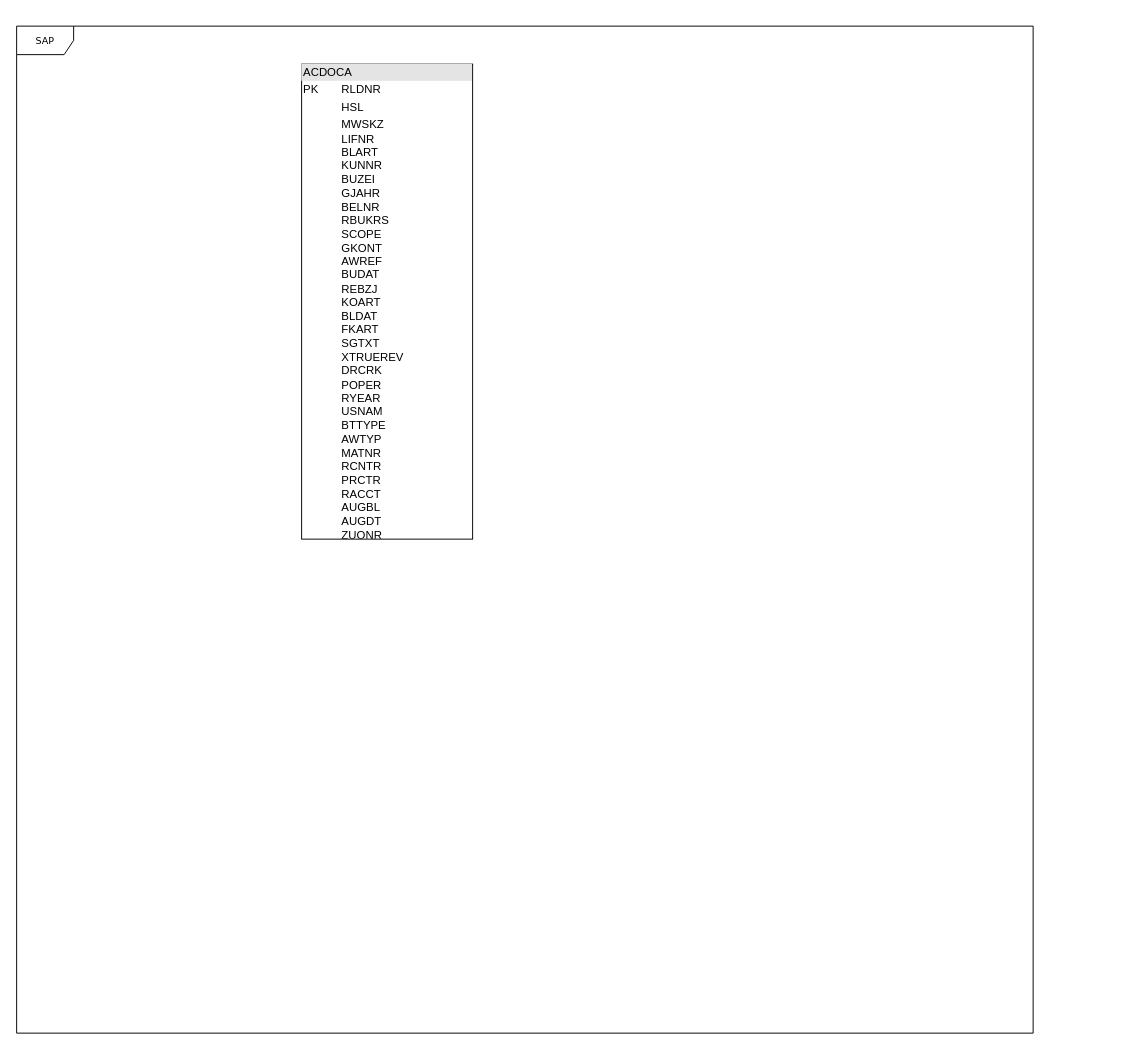
This is DataModel/DataModel.drawio from David-hub-utn/Proceso-de-transformaci-n-de-SAP, a draw.io file, before an edit. Source tidied: cells renumbered, new cells numbered last; positions are measured from the earlier drawing's top-left corner, leaving out a move shared by most shapes. Both pictures are drawn from the tidied source at 95%, with x=0, y=0 at pixel (16, 26).
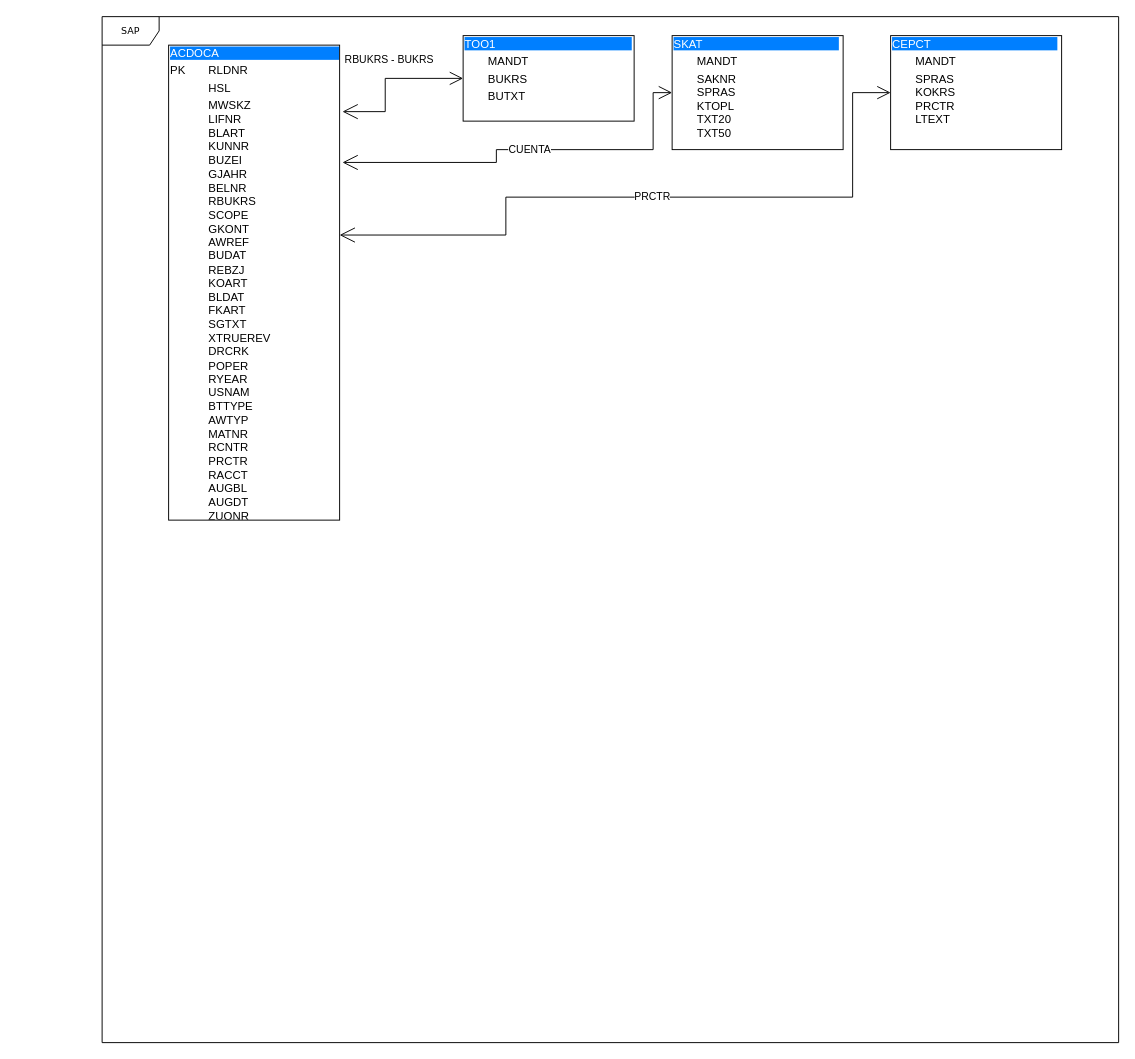
After the change.

Change to the diagram source:
```diff
@@
 <mxGraphModel>
   <root>
     <mxCell id="0" />
     <mxCell id="1" parent="0" />
     <mxCell id="2" value="SAP" style="shape=umlFrame;whiteSpace=wrap;html=1;rounded=0;shadow=0;comic=0;labelBackgroundColor=none;strokeWidth=1;fontFamily=Verdana;fontSize=10;align=center;" parent="1" vertex="1">
-      <mxGeometry width="1070" height="1060" as="geometry" />
+      <mxGeometry x="90" y="-10" width="1070" height="1080" as="geometry" />
     </mxCell>
-    <mxCell id="3" value="&lt;div style=&quot;box-sizing:border-box;width:100%;background:#e4e4e4;padding:2px;&quot;&gt;ACDOCA&lt;/div&gt;&lt;table style=&quot;width:100%;font-size:1em;&quot; cellpadding=&quot;2&quot; cellspacing=&quot;0&quot;&gt;&lt;tbody&gt;&lt;tr&gt;&lt;td&gt;PK&lt;/td&gt;&lt;td&gt;RLDNR&lt;/td&gt;&lt;/tr&gt;&lt;tr&gt;&lt;td&gt;&lt;/td&gt;&lt;td&gt;HSL&lt;/td&gt;&lt;/tr&gt;&lt;tr&gt;&lt;td&gt;&lt;/td&gt;&lt;td&gt;MWSKZ&lt;br&gt;LIFNR&lt;br&gt;BLART&lt;br&gt;KUNNR&lt;br&gt;BUZEI&lt;br&gt;GJAHR&lt;br&gt;BELNR&lt;br&gt;RBUKRS&lt;br&gt;SCOPE&lt;br&gt;GKONT&lt;br&gt;AWREF&lt;br&gt;BUDAT&lt;br&gt;REBZJ&lt;br&gt;KOART&lt;br&gt;BLDAT&lt;br&gt;FKART&lt;br&gt;SGTXT&lt;br&gt;XTRUEREV&lt;br&gt;DRCRK&lt;br&gt;POPER&lt;br&gt;RYEAR&lt;br&gt;USNAM&lt;br&gt;BTTYPE&lt;br&gt;AWTYP&lt;br&gt;MATNR&lt;br&gt;RCNTR&lt;br&gt;PRCTR&lt;br&gt;RACCT&lt;br&gt;AUGBL&lt;br&gt;AUGDT&lt;br&gt;ZUONR&lt;br&gt;&lt;br&gt;&lt;br&gt;&lt;/td&gt;&lt;/tr&gt;&lt;/tbody&gt;&lt;/table&gt;" style="verticalAlign=top;align=left;overflow=fill;html=1;perimeterSpacing=3;" parent="1" vertex="1">
-      <mxGeometry x="300" y="40" width="180" height="500" as="geometry" />
+    <mxCell id="3" value="&lt;div style=&quot;box-sizing: border-box; width: 100%; background-image: initial; background-position: initial; background-size: initial; background-repeat: initial; background-attachment: initial; background-origin: initial; background-clip: initial; padding: 2px;&quot;&gt;&lt;span style=&quot;background-color: rgb(0, 127, 255);&quot;&gt;&lt;font color=&quot;#ffffff&quot;&gt;ACDOCA&amp;nbsp;&lt;/font&gt; &amp;nbsp; &amp;nbsp; &amp;nbsp; &amp;nbsp; &amp;nbsp; &amp;nbsp; &amp;nbsp; &amp;nbsp; &amp;nbsp; &amp;nbsp; &amp;nbsp; &amp;nbsp; &amp;nbsp; &amp;nbsp; &amp;nbsp; &amp;nbsp; &amp;nbsp; &amp;nbsp;&amp;nbsp;&lt;/span&gt;&lt;/div&gt;&lt;table style=&quot;width:100%;font-size:1em;&quot; cellpadding=&quot;2&quot; cellspacing=&quot;0&quot;&gt;&lt;tbody&gt;&lt;tr&gt;&lt;td&gt;PK&lt;/td&gt;&lt;td&gt;RLDNR&lt;/td&gt;&lt;/tr&gt;&lt;tr&gt;&lt;td&gt;&lt;/td&gt;&lt;td&gt;HSL&lt;/td&gt;&lt;/tr&gt;&lt;tr&gt;&lt;td&gt;&lt;/td&gt;&lt;td&gt;MWSKZ&lt;br&gt;LIFNR&lt;br&gt;BLART&lt;br&gt;KUNNR&lt;br&gt;BUZEI&lt;br&gt;GJAHR&lt;br&gt;BELNR&lt;br&gt;RBUKRS&lt;br&gt;SCOPE&lt;br&gt;GKONT&lt;br&gt;AWREF&lt;br&gt;BUDAT&lt;br&gt;REBZJ&lt;br&gt;KOART&lt;br&gt;BLDAT&lt;br&gt;FKART&lt;br&gt;SGTXT&lt;br&gt;XTRUEREV&lt;br&gt;DRCRK&lt;br&gt;POPER&lt;br&gt;RYEAR&lt;br&gt;USNAM&lt;br&gt;BTTYPE&lt;br&gt;AWTYP&lt;br&gt;MATNR&lt;br&gt;RCNTR&lt;br&gt;PRCTR&lt;br&gt;RACCT&lt;br&gt;AUGBL&lt;br&gt;AUGDT&lt;br&gt;ZUONR&lt;br&gt;&lt;br&gt;&lt;br&gt;&lt;/td&gt;&lt;/tr&gt;&lt;/tbody&gt;&lt;/table&gt;" style="verticalAlign=top;align=left;overflow=fill;html=1;perimeterSpacing=3;glass=0;imageAspect=1;noLabel=0;backgroundOutline=0;" parent="1" vertex="1">
+      <mxGeometry x="160" y="20" width="180" height="500" as="geometry" />
     </mxCell>
+    <mxCell id="4" value="&lt;div style=&quot;box-sizing: border-box; width: 100%; background-image: initial; background-position: initial; background-size: initial; background-repeat: initial; background-attachment: initial; background-origin: initial; background-clip: initial; padding: 2px;&quot;&gt;&lt;font style=&quot;background-color: rgb(0, 127, 255);&quot; color=&quot;#ffffff&quot;&gt;TOO1&amp;nbsp; &amp;nbsp; &amp;nbsp; &amp;nbsp; &amp;nbsp; &amp;nbsp; &amp;nbsp; &amp;nbsp; &amp;nbsp; &amp;nbsp; &amp;nbsp; &amp;nbsp; &amp;nbsp; &amp;nbsp; &amp;nbsp; &amp;nbsp; &amp;nbsp; &amp;nbsp; &amp;nbsp; &amp;nbsp; &amp;nbsp; &amp;nbsp;&lt;/font&gt;&lt;/div&gt;&lt;table style=&quot;width:100%;font-size:1em;&quot; cellpadding=&quot;2&quot; cellspacing=&quot;0&quot;&gt;&lt;tbody&gt;&lt;tr&gt;&lt;td&gt;&lt;br&gt;&lt;/td&gt;&lt;td&gt;MANDT&lt;/td&gt;&lt;/tr&gt;&lt;tr&gt;&lt;td&gt;&lt;span style=&quot;white-space: pre;&quot;&gt; &lt;/span&gt;&lt;br&gt;&lt;/td&gt;&lt;td&gt;BUKRS&lt;/td&gt;&lt;/tr&gt;&lt;tr&gt;&lt;td&gt;&lt;/td&gt;&lt;td&gt;BUTXT&lt;/td&gt;&lt;/tr&gt;&lt;/tbody&gt;&lt;/table&gt;" style="verticalAlign=top;align=left;overflow=fill;html=1;" parent="1" vertex="1">
+      <mxGeometry x="470" y="10" width="180" height="90" as="geometry" />
+    </mxCell>
+    <mxCell id="5" value="RBUKRS - BUKRS" style="endArrow=open;html=1;endSize=12;startArrow=open;startSize=14;startFill=0;edgeStyle=orthogonalEdgeStyle;rounded=0;entryX=0;entryY=0.5;entryDx=0;entryDy=0;" parent="1" edge="1" source="3" target="4">
+      <mxGeometry x="0.04" y="20" relative="1" as="geometry">
+        <Array as="points">
+          <mxPoint x="388" y="90" />
+          <mxPoint x="388" y="55" />
+        </Array>
+      </mxGeometry>
+    </mxCell>
+    <mxCell id="6" value="&lt;div style=&quot;box-sizing: border-box; width: 100%; background-image: initial; background-position: initial; background-size: initial; background-repeat: initial; background-attachment: initial; background-origin: initial; background-clip: initial; padding: 2px;&quot;&gt;&lt;font style=&quot;background-color: rgb(0, 127, 255);&quot; color=&quot;#ffffff&quot;&gt;SKAT&amp;nbsp; &amp;nbsp; &amp;nbsp; &amp;nbsp; &amp;nbsp; &amp;nbsp; &amp;nbsp; &amp;nbsp; &amp;nbsp; &amp;nbsp; &amp;nbsp; &amp;nbsp; &amp;nbsp; &amp;nbsp; &amp;nbsp; &amp;nbsp; &amp;nbsp; &amp;nbsp; &amp;nbsp; &amp;nbsp; &amp;nbsp; &amp;nbsp;&lt;/font&gt;&lt;/div&gt;&lt;table style=&quot;width:100%;font-size:1em;&quot; cellpadding=&quot;2&quot; cellspacing=&quot;0&quot;&gt;&lt;tbody&gt;&lt;tr&gt;&lt;td&gt;&lt;br&gt;&lt;/td&gt;&lt;td&gt;MANDT&lt;/td&gt;&lt;/tr&gt;&lt;tr&gt;&lt;td&gt;&lt;span style=&quot;white-space: pre;&quot;&gt; &lt;/span&gt;&lt;br&gt;&lt;/td&gt;&lt;td&gt;SAKNR&lt;br&gt;SPRAS&lt;br&gt;KTOPL&lt;br&gt;TXT20&lt;br&gt;TXT50&lt;/td&gt;&lt;/tr&gt;&lt;tr&gt;&lt;td&gt;&lt;/td&gt;&lt;td&gt;&lt;br&gt;&lt;/td&gt;&lt;/tr&gt;&lt;/tbody&gt;&lt;/table&gt;" style="verticalAlign=top;align=left;overflow=fill;html=1;" parent="1" vertex="1">
+      <mxGeometry x="690" y="10" width="180" height="120" as="geometry" />
+    </mxCell>
+    <mxCell id="7" value="CUENTA" style="endArrow=open;html=1;endSize=12;startArrow=open;startSize=14;startFill=0;edgeStyle=orthogonalEdgeStyle;rounded=0;entryX=0;entryY=0.5;entryDx=0;entryDy=0;exitX=1;exitY=0.25;exitDx=0;exitDy=0;" parent="1" edge="1" source="3" target="6">
+      <mxGeometry relative="1" as="geometry">
+        <Array as="points">
+          <mxPoint x="505" y="144" />
+          <mxPoint x="505" y="130" />
+          <mxPoint x="670" y="130" />
+        </Array>
+      </mxGeometry>
+    </mxCell>
+    <mxCell id="8" value="&lt;div style=&quot;box-sizing: border-box; width: 100%; background-image: initial; background-position: initial; background-size: initial; background-repeat: initial; background-attachment: initial; background-origin: initial; background-clip: initial; padding: 2px;&quot;&gt;&lt;font style=&quot;background-color: rgb(0, 127, 255);&quot; color=&quot;#ffffff&quot;&gt;CEPCT&amp;nbsp; &amp;nbsp; &amp;nbsp; &amp;nbsp; &amp;nbsp; &amp;nbsp; &amp;nbsp; &amp;nbsp; &amp;nbsp; &amp;nbsp; &amp;nbsp; &amp;nbsp; &amp;nbsp; &amp;nbsp; &amp;nbsp; &amp;nbsp; &amp;nbsp; &amp;nbsp; &amp;nbsp; &amp;nbsp;&amp;nbsp;&lt;/font&gt;&lt;/div&gt;&lt;table style=&quot;width:100%;font-size:1em;&quot; cellpadding=&quot;2&quot; cellspacing=&quot;0&quot;&gt;&lt;tbody&gt;&lt;tr&gt;&lt;td&gt;&lt;br&gt;&lt;/td&gt;&lt;td&gt;MANDT&lt;/td&gt;&lt;/tr&gt;&lt;tr&gt;&lt;td&gt;&lt;span style=&quot;white-space: pre;&quot;&gt; &lt;/span&gt;&lt;br&gt;&lt;/td&gt;&lt;td&gt;SPRAS&lt;br&gt;KOKRS&lt;br&gt;PRCTR&lt;br&gt;LTEXT&lt;br&gt;&lt;br&gt;&lt;/td&gt;&lt;/tr&gt;&lt;/tbody&gt;&lt;/table&gt;" style="verticalAlign=top;align=left;overflow=fill;html=1;" parent="1" vertex="1">
+      <mxGeometry x="920" y="10" width="180" height="120" as="geometry" />
+    </mxCell>
+    <mxCell id="9" value="PRCTR" style="endArrow=open;html=1;endSize=12;startArrow=open;startSize=14;startFill=0;edgeStyle=orthogonalEdgeStyle;rounded=0;exitX=0.984;exitY=0.401;exitDx=0;exitDy=0;exitPerimeter=0;entryX=0;entryY=0.5;entryDx=0;entryDy=0;" parent="1" edge="1" source="3" target="8">
+      <mxGeometry x="0.01" relative="1" as="geometry">
+        <Array as="points">
+          <mxPoint x="515" y="220" />
+          <mxPoint x="515" y="180" />
+          <mxPoint x="880" y="180" />
+          <mxPoint x="880" y="70" />
+        </Array>
+      </mxGeometry>
+    </mxCell>
   </root>
 </mxGraphModel>
```
